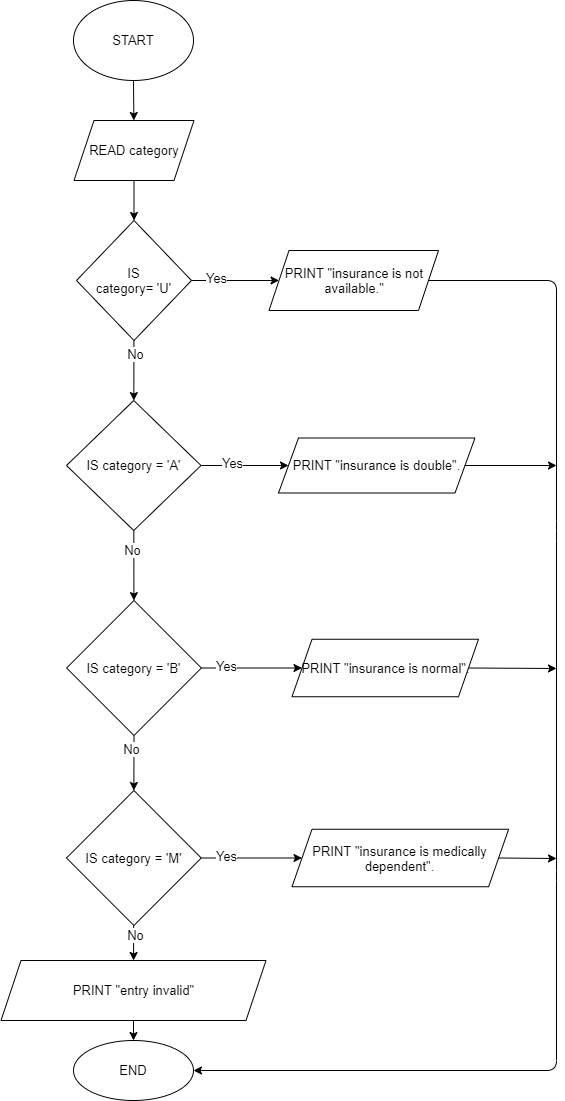
Before: flowcharts/category.drawio.png, a diagram exported from draw.io (Ahens-An-Initiative-to-Initial/Algorithms-Flowcharts). Source tidied: cells renumbered, new cells last; positions are measured from the earlier drawing's top-left corner, leaving out a move shared by most shapes.
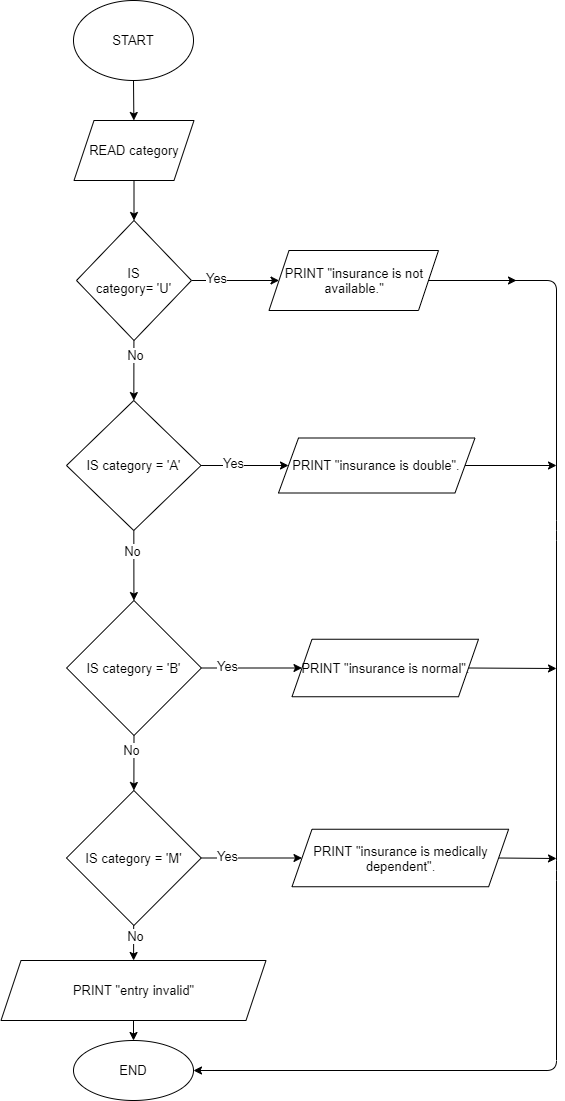
Later version of the same file.

What changed in the source:
```diff
@@ -124,5 +124,10 @@
     <mxCell id="36" value="END" style="ellipse;whiteSpace=wrap;html=1;fontSize=13;spacingTop=0;" parent="1" vertex="1">
       <mxGeometry x="73" y="1040" width="120" height="60" as="geometry" />
     </mxCell>
+    <mxCell id="37" style="endArrow=classic;html=1;exitX=1;exitY=0.5;exitDx=0;exitDy=0;" parent="1" edge="1" source="12">
+      <mxGeometry relative="1" as="geometry">
+        <mxPoint x="516" y="280" as="targetPoint" />
+      </mxGeometry>
+    </mxCell>
   </root>
 </mxGraphModel>
```
